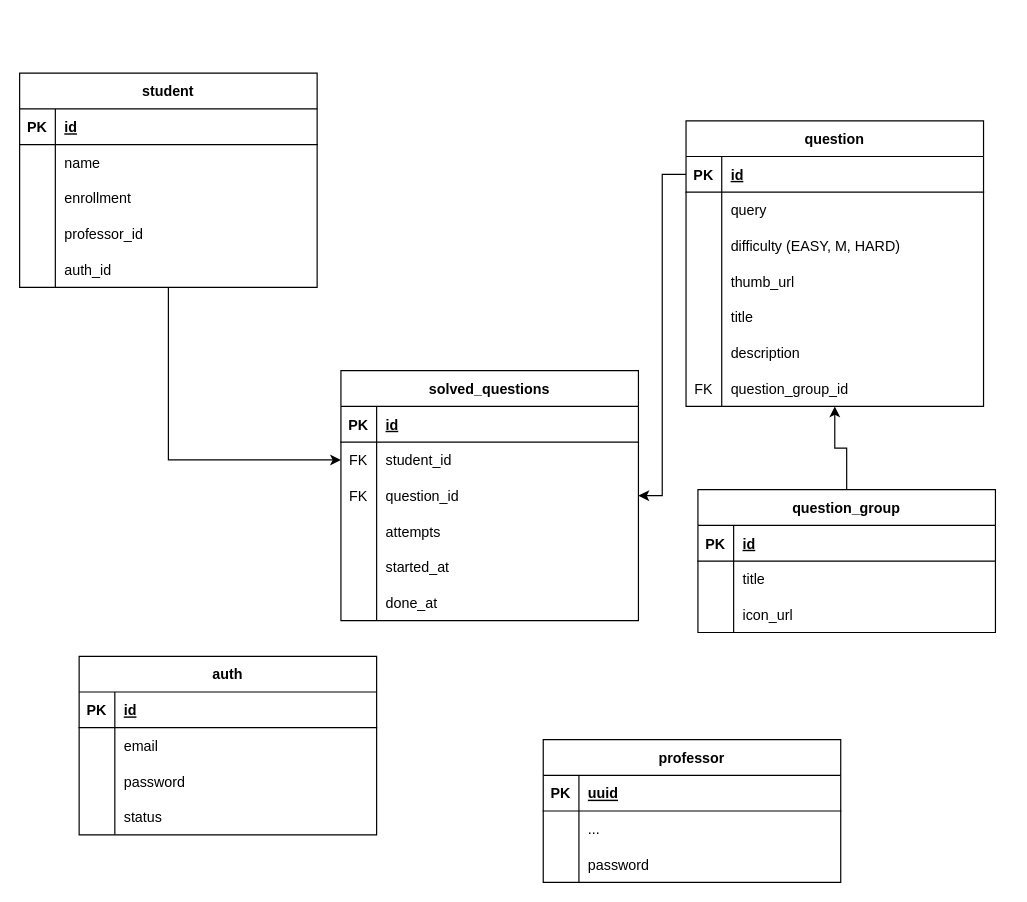
Earlier version of the draw.io diagram learning_queries.drawio (jnaps12/Diagramas). Source tidied: cells renumbered, new cells numbered last; positions are measured from the earlier drawing's top-left corner, leaving out a move shared by most shapes. Both pictures are drawn from the tidied source at 119%, with x=0, y=0 at pixel (19, 73).
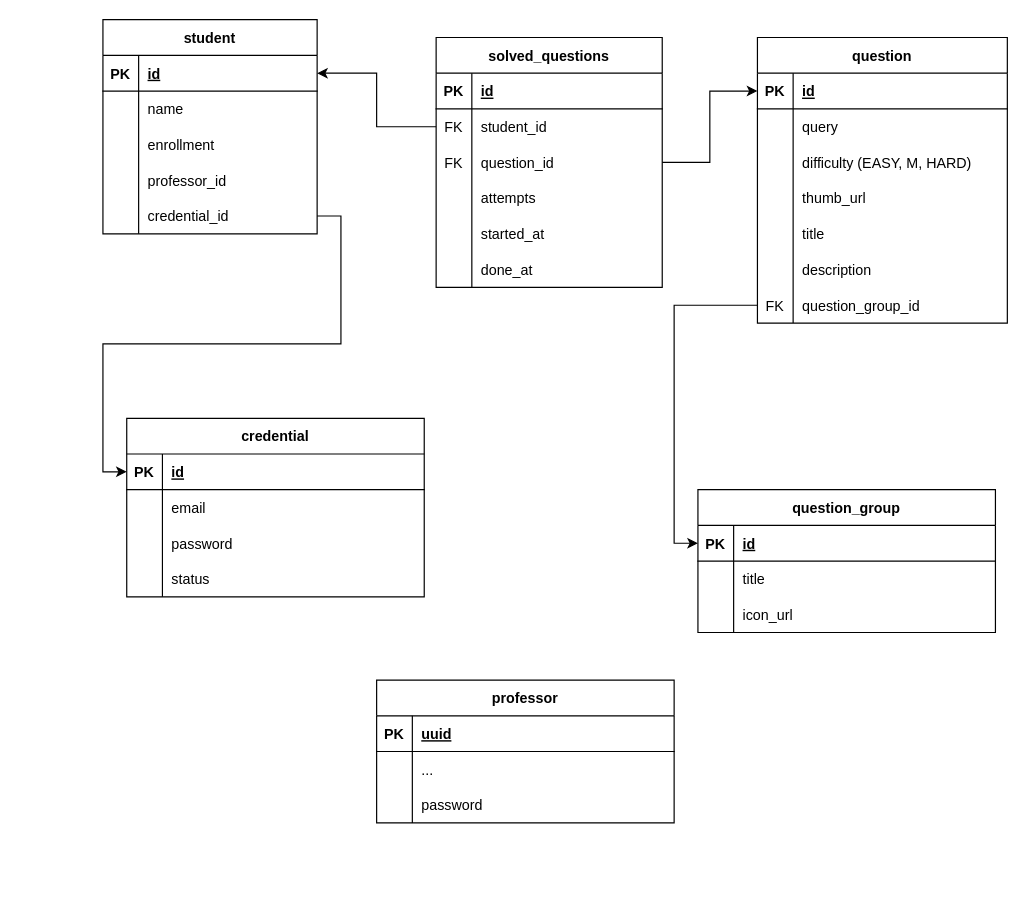
The same page after the edit.

Unchanged cells that the change refers to:
```xml
<mxCell id="61" value="question_group" style="shape=table;startSize=30;childLayout=tableLayout;rowLines=0;fontStyle=1;align=center;" parent="1" vertex="1">
  <mxGeometry x="570" y="350" width="250" height="120" as="geometry" />
</mxCell>
<mxCell id="62" style="shape=partialRectangle;fillColor=none;points=[[0,0.5],[1,0.5]];portConstraint=eastwest;top=0;left=0;right=0;bottom=1;" parent="61" vertex="1">
  <mxGeometry y="30" width="250" height="30" as="geometry" />
</mxCell>
<mxCell id="73" style="shape=partialRectangle;fillColor=none;points=[[0,0.5],[1,0.5]];portConstraint=eastwest;top=0;left=0;right=0;bottom=1;" parent="72" vertex="1">
  <mxGeometry y="30" width="250" height="30" as="geometry" />
</mxCell>
```

What changed in the source:
```diff
@@
     <mxCell id="2" value="question" style="shape=table;startSize=30;childLayout=tableLayout;rowLines=0;fontStyle=1;align=center;" parent="1" vertex="1">
-      <mxGeometry x="560" y="40" width="250" height="240" as="geometry" />
+      <mxGeometry x="620" y="-30" width="210" height="240" as="geometry" />
     </mxCell>
     <mxCell id="3" style="shape=partialRectangle;fillColor=none;points=[[0,0.5],[1,0.5]];portConstraint=eastwest;top=0;left=0;right=0;bottom=1;" parent="2" vertex="1">
-      <mxGeometry y="30" width="250" height="30" as="geometry" />
+      <mxGeometry y="30" width="210" height="30" as="geometry" />
     </mxCell>
@@
     <mxCell id="5" value="id" style="shape=partialRectangle;overflow=hidden;fillColor=none;top=0;left=0;bottom=0;right=0;align=left;spacingLeft=6;fontStyle=5;" parent="3" vertex="1">
-      <mxGeometry x="30" width="220" height="30" as="geometry" />
+      <mxGeometry x="30" width="180" height="30" as="geometry" />
     </mxCell>
     <mxCell id="6" style="shape=partialRectangle;fillColor=none;top=0;left=0;right=0;bottom=0;" parent="2" vertex="1">
-      <mxGeometry y="60" width="250" height="30" as="geometry" />
+      <mxGeometry y="60" width="210" height="30" as="geometry" />
     </mxCell>
@@
     <mxCell id="8" value="query" style="shape=partialRectangle;overflow=hidden;fillColor=none;top=0;left=0;bottom=0;right=0;align=left;spacingLeft=6;" parent="6" vertex="1">
-      <mxGeometry x="30" width="220" height="30" as="geometry" />
+      <mxGeometry x="30" width="180" height="30" as="geometry" />
     </mxCell>
     <mxCell id="9" style="shape=partialRectangle;fillColor=none;top=0;left=0;right=0;bottom=0;" parent="2" vertex="1">
-      <mxGeometry y="90" width="250" height="30" as="geometry" />
+      <mxGeometry y="90" width="210" height="30" as="geometry" />
     </mxCell>
@@
     <mxCell id="11" value="difficulty (EASY, M, HARD)" style="shape=partialRectangle;overflow=hidden;fillColor=none;top=0;left=0;bottom=0;right=0;align=left;spacingLeft=6;" parent="9" vertex="1">
-      <mxGeometry x="30" width="220" height="30" as="geometry" />
+      <mxGeometry x="30" width="180" height="30" as="geometry" />
     </mxCell>
     <mxCell id="12" style="shape=partialRectangle;fillColor=none;top=0;left=0;right=0;bottom=0;" parent="2" vertex="1">
-      <mxGeometry y="120" width="250" height="30" as="geometry" />
+      <mxGeometry y="120" width="210" height="30" as="geometry" />
     </mxCell>
@@
     <mxCell id="14" value="thumb_url" style="shape=partialRectangle;overflow=hidden;fillColor=none;top=0;left=0;bottom=0;right=0;align=left;spacingLeft=6;" parent="12" vertex="1">
-      <mxGeometry x="30" width="220" height="30" as="geometry" />
+      <mxGeometry x="30" width="180" height="30" as="geometry" />
     </mxCell>
     <mxCell id="15" style="shape=partialRectangle;fillColor=none;top=0;left=0;right=0;bottom=0;" parent="2" vertex="1">
-      <mxGeometry y="150" width="250" height="30" as="geometry" />
+      <mxGeometry y="150" width="210" height="30" as="geometry" />
     </mxCell>
@@
     <mxCell id="17" value="title" style="shape=partialRectangle;overflow=hidden;fillColor=none;top=0;left=0;bottom=0;right=0;align=left;spacingLeft=6;" parent="15" vertex="1">
-      <mxGeometry x="30" width="220" height="30" as="geometry" />
+      <mxGeometry x="30" width="180" height="30" as="geometry" />
     </mxCell>
     <mxCell id="18" style="shape=partialRectangle;fillColor=none;top=0;left=0;right=0;bottom=0;" parent="2" vertex="1">
-      <mxGeometry y="180" width="250" height="30" as="geometry" />
+      <mxGeometry y="180" width="210" height="30" as="geometry" />
     </mxCell>
@@
     <mxCell id="20" value="description" style="shape=partialRectangle;overflow=hidden;fillColor=none;top=0;left=0;bottom=0;right=0;align=left;spacingLeft=6;" parent="18" vertex="1">
-      <mxGeometry x="30" width="220" height="30" as="geometry" />
+      <mxGeometry x="30" width="180" height="30" as="geometry" />
     </mxCell>
     <mxCell id="21" style="shape=partialRectangle;fillColor=none;points=[[0,0.5],[1,0.5]];portConstraint=eastwest;top=0;left=0;right=0;bottom=0;" parent="2" vertex="1">
-      <mxGeometry y="210" width="250" height="30" as="geometry" />
+      <mxGeometry y="210" width="210" height="30" as="geometry" />
     </mxCell>
@@
     <mxCell id="23" value="question_group_id" style="shape=partialRectangle;overflow=hidden;fillColor=none;top=0;left=0;bottom=0;right=0;align=left;spacingLeft=6;" parent="21" vertex="1">
-      <mxGeometry x="30" width="220" height="30" as="geometry" />
+      <mxGeometry x="30" width="180" height="30" as="geometry" />
     </mxCell>
-    <mxCell id="24" style="edgeStyle=orthogonalEdgeStyle;rounded=0;jettySize=auto;html=1;entryX=0;entryY=0.5;entryDx=0;entryDy=0;" parent="1" edge="1" source="25" target="45">
-      <mxGeometry relative="1" as="geometry" />
-    </mxCell>
     <mxCell id="25" value="student" style="shape=table;startSize=30;childLayout=tableLayout;rowLines=0;fontStyle=1;align=center;" parent="1" vertex="1">
-      <mxGeometry width="250" height="180" as="geometry" />
+      <mxGeometry x="70" y="-45" width="180" height="180" as="geometry" />
     </mxCell>
     <mxCell id="26" style="shape=partialRectangle;fillColor=none;points=[[0,0.5],[1,0.5]];portConstraint=eastwest;top=0;left=0;right=0;bottom=1;" parent="25" vertex="1">
-      <mxGeometry y="30" width="250" height="30" as="geometry" />
+      <mxGeometry y="30" width="180" height="30" as="geometry" />
     </mxCell>
@@
     <mxCell id="28" value="id" style="shape=partialRectangle;overflow=hidden;fillColor=none;top=0;left=0;bottom=0;right=0;align=left;spacingLeft=6;fontStyle=5;" parent="26" vertex="1">
-      <mxGeometry x="30" width="220" height="30" as="geometry" />
+      <mxGeometry x="30" width="150" height="30" as="geometry" />
     </mxCell>
     <mxCell id="29" style="shape=partialRectangle;fillColor=none;top=0;left=0;right=0;bottom=0;" parent="25" vertex="1">
-      <mxGeometry y="60" width="250" height="30" as="geometry" />
+      <mxGeometry y="60" width="180" height="30" as="geometry" />
     </mxCell>
@@
     <mxCell id="31" value="name" style="shape=partialRectangle;overflow=hidden;fillColor=none;top=0;left=0;bottom=0;right=0;align=left;spacingLeft=6;" parent="29" vertex="1">
-      <mxGeometry x="30" width="220" height="30" as="geometry" />
+      <mxGeometry x="30" width="150" height="30" as="geometry" />
     </mxCell>
     <mxCell id="32" style="shape=partialRectangle;fillColor=none;top=0;left=0;right=0;bottom=0;" parent="25" vertex="1">
-      <mxGeometry y="90" width="250" height="30" as="geometry" />
+      <mxGeometry y="90" width="180" height="30" as="geometry" />
     </mxCell>
@@
     <mxCell id="34" value="enrollment" style="shape=partialRectangle;overflow=hidden;fillColor=none;top=0;left=0;bottom=0;right=0;align=left;spacingLeft=6;" parent="32" vertex="1">
-      <mxGeometry x="30" width="220" height="30" as="geometry" />
+      <mxGeometry x="30" width="150" height="30" as="geometry" />
     </mxCell>
     <mxCell id="35" style="shape=partialRectangle;fillColor=none;top=0;left=0;right=0;bottom=0;" parent="25" vertex="1">
-      <mxGeometry y="120" width="250" height="30" as="geometry" />
+      <mxGeometry y="120" width="180" height="30" as="geometry" />
     </mxCell>
@@
     <mxCell id="37" value="professor_id" style="shape=partialRectangle;overflow=hidden;fillColor=none;top=0;left=0;bottom=0;right=0;align=left;spacingLeft=6;" parent="35" vertex="1">
-      <mxGeometry x="30" width="220" height="30" as="geometry" />
+      <mxGeometry x="30" width="150" height="30" as="geometry" />
     </mxCell>
-    <mxCell id="38" style="shape=partialRectangle;fillColor=none;top=0;left=0;right=0;bottom=0;" parent="25" vertex="1">
-      <mxGeometry y="150" width="250" height="30" as="geometry" />
-    </mxCell>
+    <mxCell id="95" style="shape=partialRectangle;fillColor=none;points=[[0,0.5],[1,0.5]];portConstraint=eastwest;top=0;left=0;right=0;bottom=0;" parent="25" vertex="1">
+      <mxGeometry y="150" width="180" height="30" as="geometry" />
+    </mxCell>
-    <mxCell id="39" style="shape=partialRectangle;overflow=hidden;fillColor=none;top=0;left=0;bottom=0;right=0;" parent="38" vertex="1">
+    <mxCell id="39" style="shape=partialRectangle;overflow=hidden;fillColor=none;top=0;left=0;bottom=0;right=0;" parent="95" vertex="1">
       <mxGeometry width="30" height="30" as="geometry" />
     </mxCell>
-    <mxCell id="40" value="auth_id" style="shape=partialRectangle;overflow=hidden;fillColor=none;top=0;left=0;bottom=0;right=0;align=left;spacingLeft=6;" parent="38" vertex="1">
-      <mxGeometry x="30" width="220" height="30" as="geometry" />
-    </mxCell>
+    <mxCell id="96" value="credential_id" style="shape=partialRectangle;overflow=hidden;fillColor=none;top=0;left=0;bottom=0;right=0;align=left;spacingLeft=6;" parent="95" vertex="1">
+      <mxGeometry x="30" width="150" height="30" as="geometry" />
+    </mxCell>
     <mxCell id="41" value="solved_questions" style="shape=table;startSize=30;childLayout=tableLayout;rowLines=0;fontStyle=1;align=center;" parent="1" vertex="1">
-      <mxGeometry x="270" y="250" width="250" height="210" as="geometry" />
+      <mxGeometry x="350" y="-30" width="190" height="210" as="geometry" />
     </mxCell>
     <mxCell id="42" style="shape=partialRectangle;fillColor=none;top=0;left=0;right=0;bottom=1;" parent="41" vertex="1">
-      <mxGeometry y="30" width="250" height="30" as="geometry" />
+      <mxGeometry y="30" width="190" height="30" as="geometry" />
     </mxCell>
@@
     <mxCell id="44" value="id" style="shape=partialRectangle;overflow=hidden;fillColor=none;top=0;left=0;bottom=0;right=0;align=left;spacingLeft=6;fontStyle=5;" parent="42" vertex="1">
-      <mxGeometry x="30" width="220" height="30" as="geometry" />
+      <mxGeometry x="30" width="160" height="30" as="geometry" />
     </mxCell>
     <mxCell id="45" style="shape=partialRectangle;fillColor=none;points=[[0,0.5],[1,0.5]];portConstraint=eastwest;top=0;left=0;right=0;bottom=0;" parent="41" vertex="1">
-      <mxGeometry y="60" width="250" height="30" as="geometry" />
+      <mxGeometry y="60" width="190" height="30" as="geometry" />
     </mxCell>
@@
     <mxCell id="47" value="student_id" style="shape=partialRectangle;overflow=hidden;fillColor=none;top=0;left=0;bottom=0;right=0;align=left;spacingLeft=6;" parent="45" vertex="1">
-      <mxGeometry x="30" width="220" height="30" as="geometry" />
+      <mxGeometry x="30" width="160" height="30" as="geometry" />
     </mxCell>
     <mxCell id="48" style="shape=partialRectangle;fillColor=none;points=[[0,0.5],[1,0.5]];portConstraint=eastwest;top=0;left=0;right=0;bottom=0;" parent="41" vertex="1">
-      <mxGeometry y="90" width="250" height="30" as="geometry" />
+      <mxGeometry y="90" width="190" height="30" as="geometry" />
     </mxCell>
@@
     <mxCell id="50" value="question_id" style="shape=partialRectangle;overflow=hidden;fillColor=none;top=0;left=0;bottom=0;right=0;align=left;spacingLeft=6;" parent="48" vertex="1">
-      <mxGeometry x="30" width="220" height="30" as="geometry" />
+      <mxGeometry x="30" width="160" height="30" as="geometry" />
     </mxCell>
     <mxCell id="51" style="shape=partialRectangle;fillColor=none;top=0;left=0;right=0;bottom=0;" parent="41" vertex="1">
-      <mxGeometry y="120" width="250" height="30" as="geometry" />
+      <mxGeometry y="120" width="190" height="30" as="geometry" />
     </mxCell>
@@
     <mxCell id="53" value="attempts" style="shape=partialRectangle;overflow=hidden;fillColor=none;top=0;left=0;bottom=0;right=0;align=left;spacingLeft=6;" parent="51" vertex="1">
-      <mxGeometry x="30" width="220" height="30" as="geometry" />
+      <mxGeometry x="30" width="160" height="30" as="geometry" />
     </mxCell>
     <mxCell id="54" style="shape=partialRectangle;fillColor=none;top=0;left=0;right=0;bottom=0;" parent="41" vertex="1">
-      <mxGeometry y="150" width="250" height="30" as="geometry" />
+      <mxGeometry y="150" width="190" height="30" as="geometry" />
     </mxCell>
@@
     <mxCell id="56" value="started_at" style="shape=partialRectangle;overflow=hidden;fillColor=none;top=0;left=0;bottom=0;right=0;align=left;spacingLeft=6;" parent="54" vertex="1">
-      <mxGeometry x="30" width="220" height="30" as="geometry" />
+      <mxGeometry x="30" width="160" height="30" as="geometry" />
     </mxCell>
     <mxCell id="57" style="shape=partialRectangle;fillColor=none;top=0;left=0;right=0;bottom=0;" parent="41" vertex="1">
-      <mxGeometry y="180" width="250" height="30" as="geometry" />
+      <mxGeometry y="180" width="190" height="30" as="geometry" />
     </mxCell>
@@
     <mxCell id="59" value="done_at" style="shape=partialRectangle;overflow=hidden;fillColor=none;top=0;left=0;bottom=0;right=0;align=left;spacingLeft=6;" parent="57" vertex="1">
-      <mxGeometry x="30" width="220" height="30" as="geometry" />
+      <mxGeometry x="30" width="160" height="30" as="geometry" />
     </mxCell>
-    <mxCell id="60" style="edgeStyle=orthogonalEdgeStyle;rounded=0;jettySize=auto;html=1;entryX=0.5;entryY=1;entryDx=0;entryDy=0;entryPerimeter=0;" parent="1" edge="1" source="61" target="21">
-      <mxGeometry relative="1" as="geometry" />
-    </mxCell>
@@
-    <mxCell id="71" style="edgeStyle=orthogonalEdgeStyle;rounded=0;jettySize=auto;html=1;entryX=1;entryY=0.5;entryDx=0;entryDy=0;" parent="1" edge="1" source="3" target="48">
-      <mxGeometry relative="1" as="geometry" />
-    </mxCell>
-    <mxCell id="72" value="auth" style="shape=table;startSize=30;childLayout=tableLayout;rowLines=0;fontStyle=1;align=center;" parent="1" vertex="1">
-      <mxGeometry x="50" y="490" width="250" height="150" as="geometry" />
+    <mxCell id="72" value="credential" style="shape=table;startSize=30;childLayout=tableLayout;rowLines=0;fontStyle=1;align=center;" parent="1" vertex="1">
+      <mxGeometry x="90" y="290" width="250" height="150" as="geometry" />
     </mxCell>
@@
     <mxCell id="85" value="professor" style="shape=table;startSize=30;childLayout=tableLayout;rowLines=0;fontStyle=1;align=center;" parent="1" vertex="1">
-      <mxGeometry x="440" y="560" width="250" height="120" as="geometry" />
+      <mxGeometry x="300" y="510" width="250" height="120" as="geometry" />
     </mxCell>
@@
+    <mxCell id="97" style="edgeStyle=orthogonalEdgeStyle;rounded=0;jettySize=auto;html=1;entryX=0;entryY=0.5;entryDx=0;entryDy=0;" parent="1" edge="1" source="95" target="73">
+      <mxGeometry relative="1" as="geometry" />
+    </mxCell>
+    <mxCell id="98" style="edgeStyle=orthogonalEdgeStyle;rounded=0;jettySize=auto;html=1;entryX=0;entryY=0.5;entryDx=0;entryDy=0;" parent="1" edge="1" source="48" target="3">
+      <mxGeometry relative="1" as="geometry" />
+    </mxCell>
+    <mxCell id="99" style="edgeStyle=orthogonalEdgeStyle;rounded=0;jettySize=auto;html=1;entryX=1;entryY=0.5;entryDx=0;entryDy=0;" parent="1" edge="1" source="45" target="26">
+      <mxGeometry relative="1" as="geometry" />
+    </mxCell>
+    <mxCell id="100" style="edgeStyle=orthogonalEdgeStyle;rounded=0;jettySize=auto;html=1;entryX=0;entryY=0.5;entryDx=0;entryDy=0;" parent="1" edge="1" source="21" target="62">
+      <mxGeometry relative="1" as="geometry" />
+    </mxCell>
```
